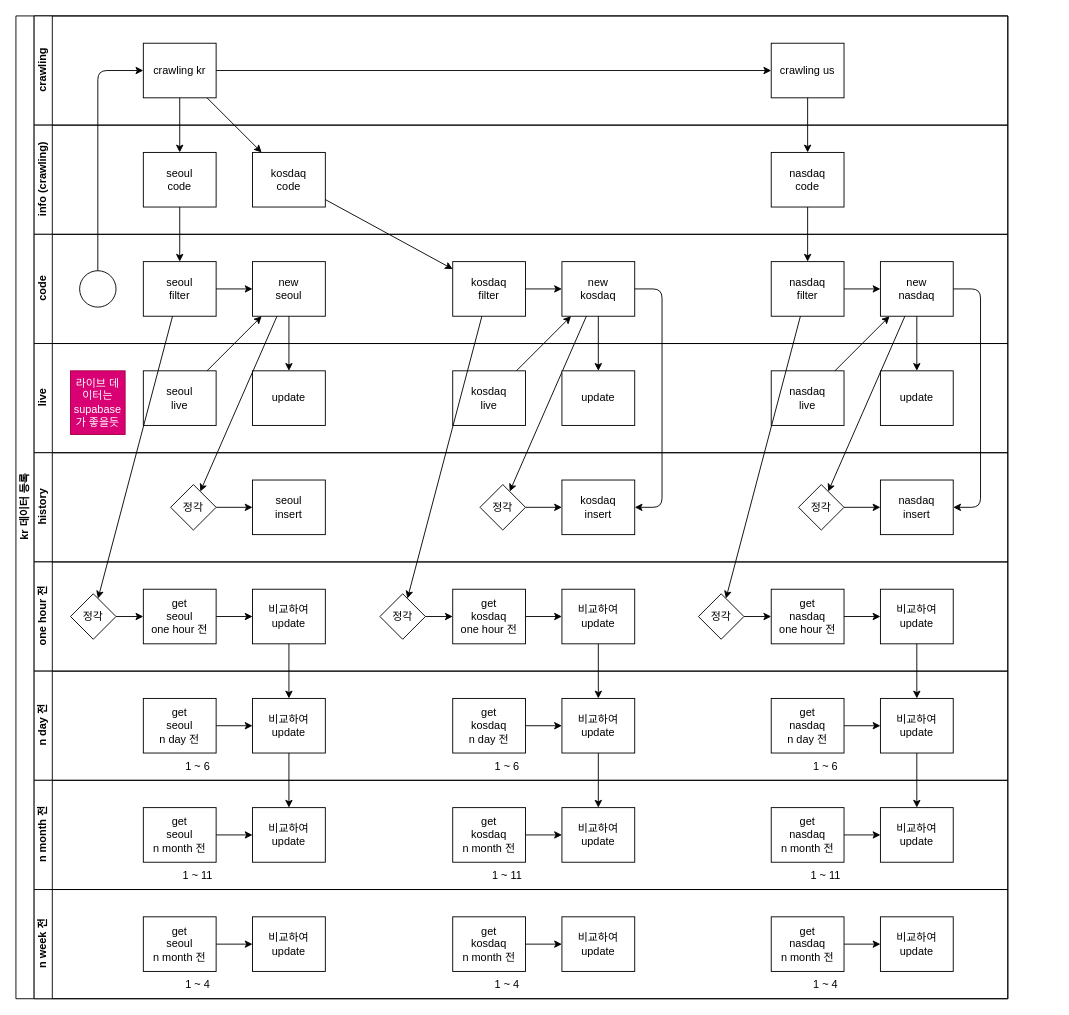
Above: drawio/수집.drawio in inpiniti/stock_server (draw.io), before the change. Source tidied: cells renumbered, new cells numbered last; positions are measured from the earlier drawing's top-left corner, leaving out a move shared by most shapes. Both pictures are drawn from the tidied source at 91%, with x=0, y=0 at pixel (15, 15).
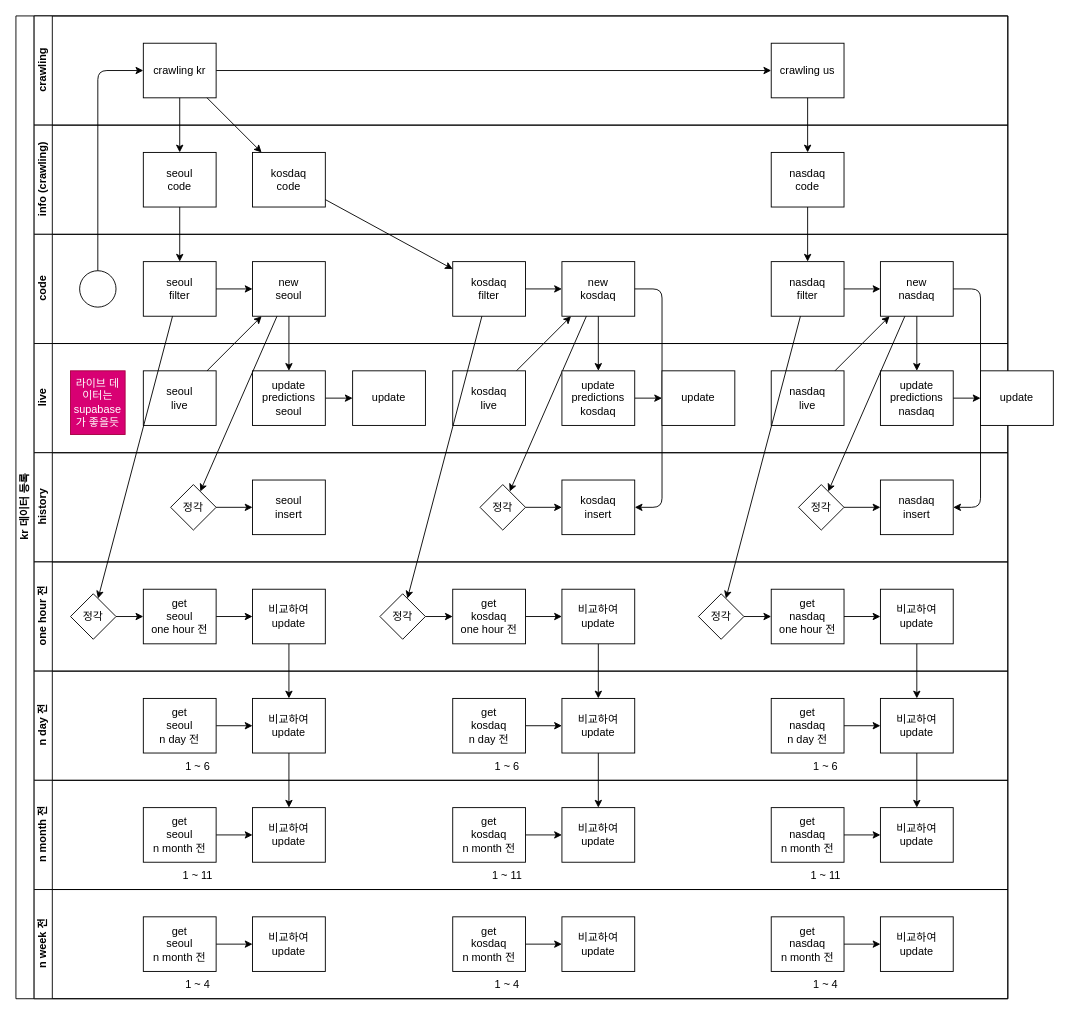
The same page after the edit.

The change refers to these unchanged cells:
```xml
<mxCell id="28" value="live" style="swimlane;html=1;startSize=20;horizontal=0;" parent="2" vertex="1">
  <mxGeometry x="20" y="360" width="1070" height="120" as="geometry" />
</mxCell>
```

The edit, as a diff of the source:
```diff
@@
+    <mxCell id="122" style="edgeStyle=none;html=1;" parent="28" edge="1" source="31" target="124">
+      <mxGeometry relative="1" as="geometry" />
+    </mxCell>
-    <mxCell id="31" value="update" style="rounded=0;whiteSpace=wrap;html=1;fontFamily=Helvetica;fontSize=12;align=center;" parent="28" vertex="1">
+    <mxCell id="31" value="update&lt;br&gt;predictions&lt;br&gt;seoul" style="rounded=0;whiteSpace=wrap;html=1;fontFamily=Helvetica;fontSize=12;align=center;" parent="28" vertex="1">
       <mxGeometry x="240" y="30" width="80" height="60" as="geometry" />
     </mxCell>
+    <mxCell id="123" style="edgeStyle=none;html=1;" parent="28" edge="1" source="32" target="125">
+      <mxGeometry relative="1" as="geometry" />
+    </mxCell>
-    <mxCell id="32" value="update" style="rounded=0;whiteSpace=wrap;html=1;fontFamily=Helvetica;fontSize=12;align=center;" parent="28" vertex="1">
+    <mxCell id="32" value="update&lt;br&gt;predictions&lt;br&gt;kosdaq" style="rounded=0;whiteSpace=wrap;html=1;fontFamily=Helvetica;fontSize=12;align=center;" parent="28" vertex="1">
       <mxGeometry x="580" y="30" width="80" height="60" as="geometry" />
     </mxCell>
@@
-    <mxCell id="34" value="update" style="rounded=0;whiteSpace=wrap;html=1;fontFamily=Helvetica;fontSize=12;align=center;" parent="28" vertex="1">
+    <mxCell id="34" value="update&lt;br&gt;predictions&lt;br&gt;nasdaq" style="rounded=0;whiteSpace=wrap;html=1;fontFamily=Helvetica;fontSize=12;align=center;" parent="28" vertex="1">
       <mxGeometry x="930" y="30" width="80" height="60" as="geometry" />
     </mxCell>
@@
+    <mxCell id="124" value="update" style="rounded=0;whiteSpace=wrap;html=1;fontFamily=Helvetica;fontSize=12;align=center;" parent="28" vertex="1">
+      <mxGeometry x="350" y="30" width="80" height="60" as="geometry" />
+    </mxCell>
+    <mxCell id="125" value="update" style="rounded=0;whiteSpace=wrap;html=1;fontFamily=Helvetica;fontSize=12;align=center;" parent="28" vertex="1">
+      <mxGeometry x="690" y="30" width="80" height="60" as="geometry" />
+    </mxCell>
@@
+    <mxCell id="126" value="update" style="rounded=0;whiteSpace=wrap;html=1;fontFamily=Helvetica;fontSize=12;align=center;" parent="1" vertex="1">
+      <mxGeometry x="1060" y="390" width="80" height="60" as="geometry" />
+    </mxCell>
+    <mxCell id="127" style="edgeStyle=none;html=1;" parent="1" edge="1" source="34" target="126">
+      <mxGeometry relative="1" as="geometry" />
+    </mxCell>
```
